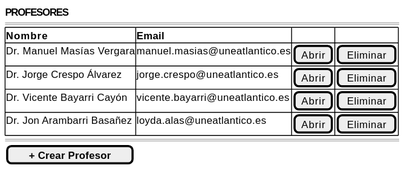
Earlier version of the PlantUML export images/RUP/01-requisitos/03-detalle-casos-uso/abrirProfesores/wireframe.svg (mmasias/pyCeldaPublico). Source of this version:
```plantuml
@startsalt abrirProfesores-wireframe
{
    <b>PROFESORES</b>
    ====
    {#
        <b>Nombre | <b>Email | . | .
        Dr. Manuel Masías Vergara | manuel.masias@uneatlantico.es | [Abrir] | [Eliminar]
        Dr. Jorge Crespo Álvarez | jorge.crespo@uneatlantico.es | [Abrir] | [Eliminar]
        Dr. Vicente Bayarri Cayón | vicente.bayarri@uneatlantico.es | [Abrir] | [Eliminar]
        Dr. Jon Arambarri Basañez | loyda.alas@uneatlantico.es | [Abrir] | [Eliminar]
    }
    ====
    [ <b>+ Crear Profesor</b> ]
}
@endsalt
```
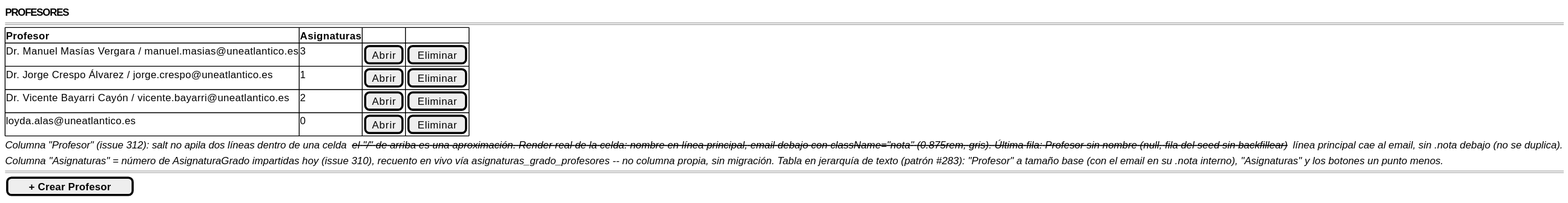
After the commit.

Change to the diagram source:
```diff
@@ -3,12 +3,14 @@
     <b>PROFESORES</b>
     ====
     {#
-        <b>Nombre | <b>Email | . | .
-        Dr. Manuel Masías Vergara | manuel.masias@uneatlantico.es | [Abrir] | [Eliminar]
-        Dr. Jorge Crespo Álvarez | jorge.crespo@uneatlantico.es | [Abrir] | [Eliminar]
-        Dr. Vicente Bayarri Cayón | vicente.bayarri@uneatlantico.es | [Abrir] | [Eliminar]
-        Dr. Jon Arambarri Basañez | loyda.alas@uneatlantico.es | [Abrir] | [Eliminar]
+        <b>Profesor | <b>Asignaturas | . | .
+        Dr. Manuel Masías Vergara / manuel.masias@uneatlantico.es | 3 | [Abrir] | [Eliminar]
+        Dr. Jorge Crespo Álvarez / jorge.crespo@uneatlantico.es | 1 | [Abrir] | [Eliminar]
+        Dr. Vicente Bayarri Cayón / vicente.bayarri@uneatlantico.es | 2 | [Abrir] | [Eliminar]
+        loyda.alas@uneatlantico.es | 0 | [Abrir] | [Eliminar]
     }
+    <i>Columna "Profesor" (issue 312): salt no apila dos líneas dentro de una celda -- el "/" de arriba es una aproximación. Render real de la celda: nombre en línea principal, email debajo con className="nota" (0.875rem, gris). Última fila: Profesor sin nombre (null, fila del seed sin backfillear) -- línea principal cae al email, sin .nota debajo (no se duplica).</i>
+    <i>Columna "Asignaturas" = número de AsignaturaGrado impartidas hoy (issue 310), recuento en vivo vía asignaturas_grado_profesores -- no columna propia, sin migración. Tabla en jerarquía de texto (patrón #283): "Profesor" a tamaño base (con el email en su .nota interno), "Asignaturas" y los botones un punto menos.</i>
     ====
     [ <b>+ Crear Profesor</b> ]
 }
```
